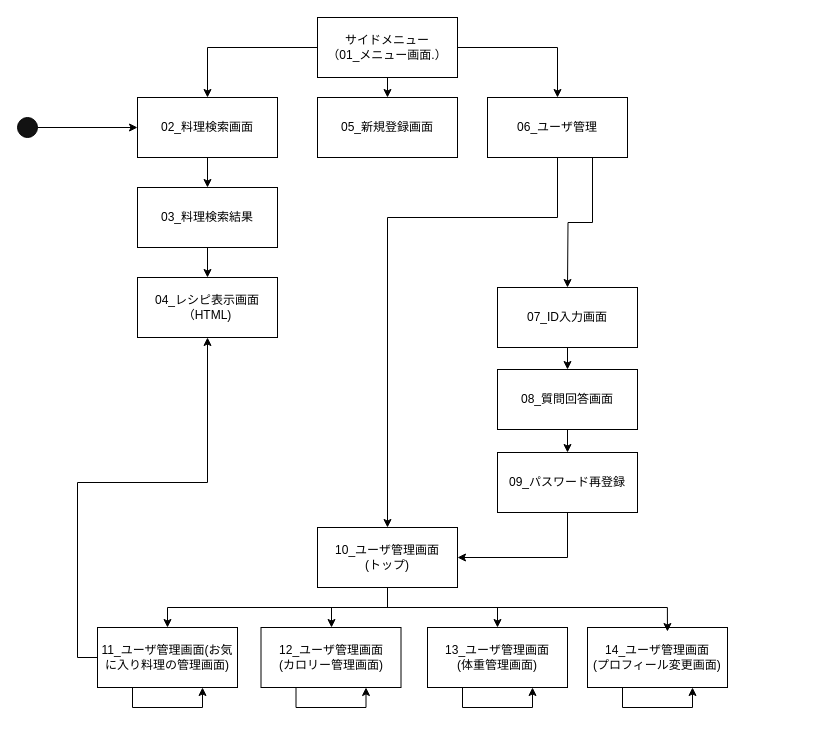
Above: 画面設計/jashin_cas.drawio in Fukuta-Y/Jashin_CAS_doc (draw.io), before the change. Source tidied: cells renumbered, new cells numbered last; positions are measured from the earlier drawing's top-left corner, leaving out a move shared by most shapes. Both pictures are drawn from the tidied source at 100%, with x=0, y=0 at pixel (17, 17).
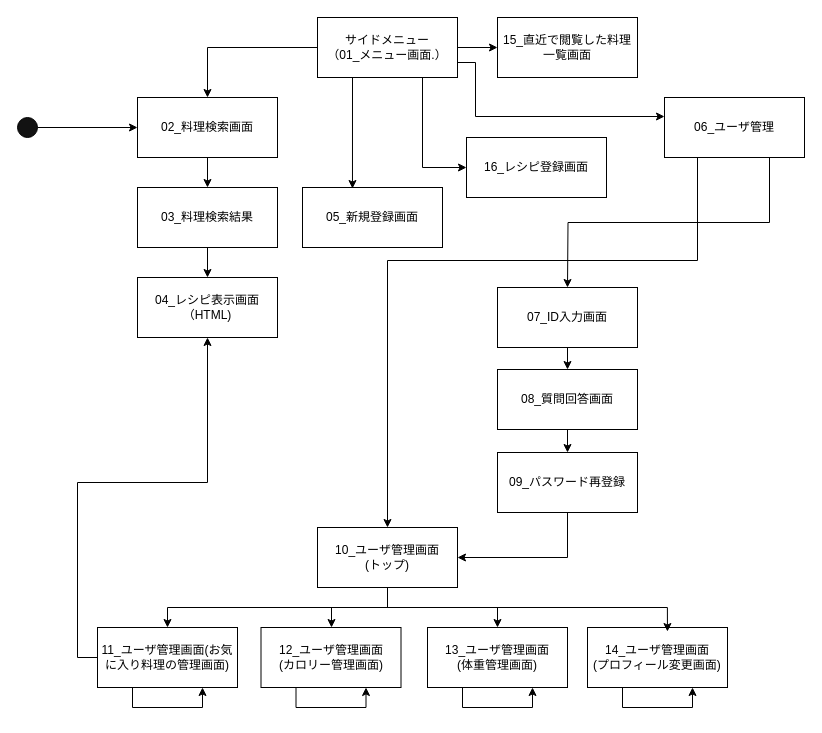
The same diagram, later.

Commit message (it also covers changes not shown here):
状態図の更新

Unchanged cells that the change refers to:
```xml
<mxCell id="5" value="サイドメニュー&lt;div&gt;（01_メニュー画面.）&lt;/div&gt;" style="rounded=0;whiteSpace=wrap;html=1;" parent="1" vertex="1">
  <mxGeometry x="300" width="140" height="60" as="geometry" />
</mxCell>
<mxCell id="24" value="10_ユーザ管理画面&lt;div&gt;(トップ)&lt;/div&gt;" style="rounded=0;whiteSpace=wrap;html=1;" parent="1" vertex="1">
  <mxGeometry x="300" y="510" width="140" height="60" as="geometry" />
</mxCell>
```

Change to the diagram source:
```diff
@@
-    <mxCell id="2" style="edgeStyle=orthogonalEdgeStyle;rounded=0;jettySize=auto;html=1;exitX=0.5;exitY=1;exitDx=0;exitDy=0;entryX=0.5;entryY=0;entryDx=0;entryDy=0;" parent="1" edge="1" source="5" target="11">
-      <mxGeometry relative="1" as="geometry" />
-    </mxCell>
@@
+    <mxCell id="37" style="edgeStyle=orthogonalEdgeStyle;rounded=0;jettySize=auto;html=1;entryX=0;entryY=0.5;entryDx=0;entryDy=0;" parent="1" edge="1" source="5" target="39">
+      <mxGeometry relative="1" as="geometry" />
+    </mxCell>
-    <mxCell id="4" style="edgeStyle=orthogonalEdgeStyle;rounded=0;jettySize=auto;html=1;exitX=1;exitY=0.5;exitDx=0;exitDy=0;entryX=0.5;entryY=0;entryDx=0;entryDy=0;" parent="1" edge="1" source="5" target="14">
-      <mxGeometry relative="1" as="geometry" />
+    <mxCell id="4" style="edgeStyle=orthogonalEdgeStyle;rounded=0;jettySize=auto;html=1;exitX=1;exitY=0.75;exitDx=0;exitDy=0;" parent="1" edge="1" source="5" target="14">
+      <mxGeometry relative="1" as="geometry">
+        <Array as="points">
+          <mxPoint x="458" y="45" />
+          <mxPoint x="458" y="99" />
+        </Array>
+      </mxGeometry>
     </mxCell>
+    <mxCell id="38" style="edgeStyle=orthogonalEdgeStyle;rounded=0;jettySize=auto;html=1;exitX=0.75;exitY=1;exitDx=0;exitDy=0;entryX=0;entryY=0.5;entryDx=0;entryDy=0;" parent="1" edge="1" source="5" target="40">
+      <mxGeometry relative="1" as="geometry" />
+    </mxCell>
@@
     <mxCell id="11" value="05_新規登録画面" style="rounded=0;whiteSpace=wrap;html=1;" parent="1" vertex="1">
-      <mxGeometry x="300" y="80" width="140" height="60" as="geometry" />
+      <mxGeometry x="285" y="170" width="140" height="60" as="geometry" />
     </mxCell>
-    <mxCell id="12" style="edgeStyle=orthogonalEdgeStyle;rounded=0;jettySize=auto;html=1;entryX=0.5;entryY=0;entryDx=0;entryDy=0;" parent="1" edge="1" source="14" target="24">
+    <mxCell id="12" style="edgeStyle=orthogonalEdgeStyle;rounded=0;jettySize=auto;html=1;entryX=0.5;entryY=0;entryDx=0;entryDy=0;exitX=0.25;exitY=1;exitDx=0;exitDy=0;" parent="1" edge="1" source="14" target="24">
       <mxGeometry relative="1" as="geometry">
         <Array as="points">
-          <mxPoint x="540" y="200" />
-          <mxPoint x="370" y="200" />
+          <mxPoint x="680" y="140" />
+          <mxPoint x="680" y="243" />
+          <mxPoint x="370" y="243" />
         </Array>
       </mxGeometry>
     </mxCell>
@@
     <mxCell id="14" value="06_ユーザ管理" style="rounded=0;whiteSpace=wrap;html=1;" parent="1" vertex="1">
-      <mxGeometry x="470" y="80" width="140" height="60" as="geometry" />
+      <mxGeometry x="647" y="80" width="140" height="60" as="geometry" />
     </mxCell>
@@
+    <mxCell id="39" value="15_直近で閲覧した料理一覧画面" style="rounded=0;whiteSpace=wrap;html=1;" parent="1" vertex="1">
+      <mxGeometry x="480" width="140" height="60" as="geometry" />
+    </mxCell>
+    <mxCell id="40" value="16_レシピ登録画面" style="rounded=0;whiteSpace=wrap;html=1;" parent="1" vertex="1">
+      <mxGeometry x="449" y="120" width="140" height="60" as="geometry" />
+    </mxCell>
+    <mxCell id="2" style="edgeStyle=orthogonalEdgeStyle;rounded=0;jettySize=auto;html=1;exitX=0.25;exitY=1;exitDx=0;exitDy=0;entryX=0.357;entryY=0.017;entryDx=0;entryDy=0;entryPerimeter=0;" parent="1" edge="1" source="5" target="11">
+      <mxGeometry relative="1" as="geometry" />
+    </mxCell>
```
